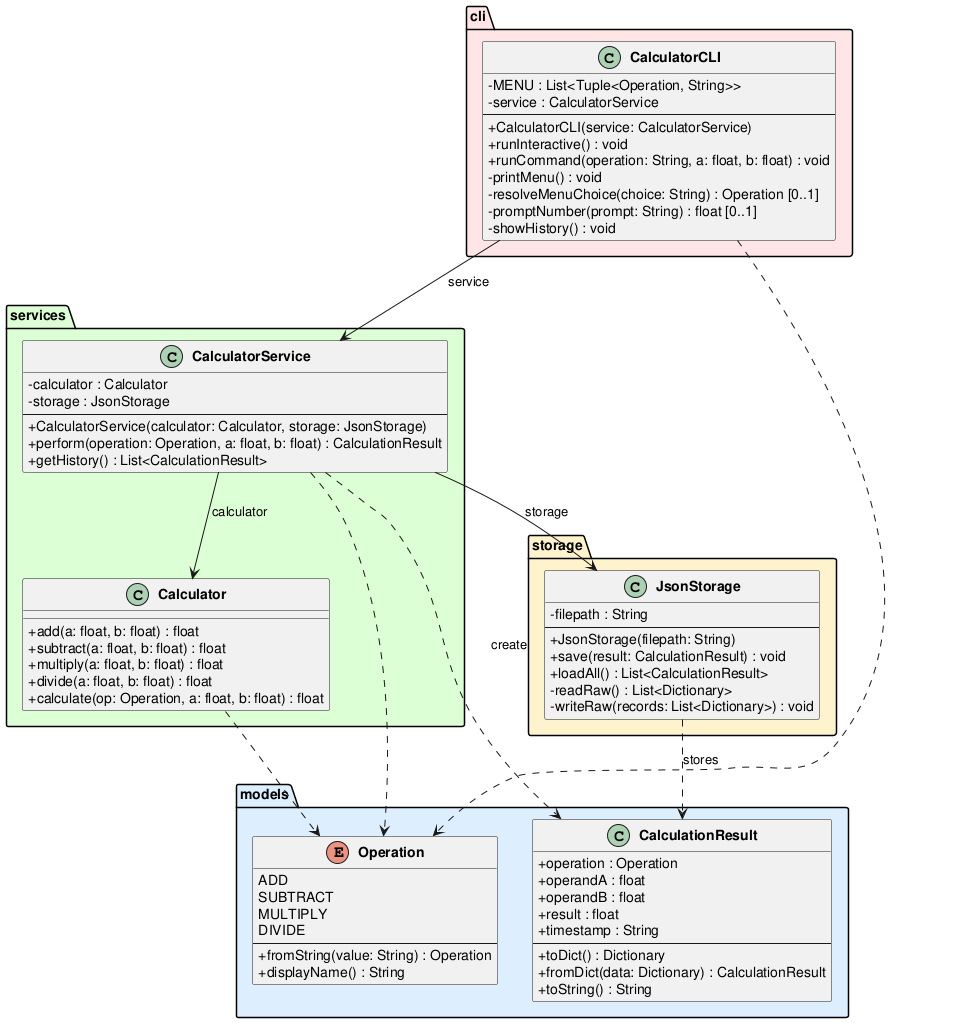
DanielRiha8906/Software_autoevolution_using_agents keeps this PlantUML diagram as experiments/broadcast/user_stories/calculator/artifacts/class_diagram.png. Above is the earlier version. The source it was exported from:
```plantuml
@startuml class_diagram

skinparam classAttributeIconSize 0
skinparam classFontStyle bold

package "models" #DDEEFF {
    enum Operation {
        ADD
        SUBTRACT
        MULTIPLY
        DIVIDE
        --
        +fromString(value: String) : Operation
        +displayName() : String
    }

    class CalculationResult {
        +operation : Operation
        +operandA : float
        +operandB : float
        +result : float
        +timestamp : String
        --
        +toDict() : Dictionary
        +fromDict(data: Dictionary) : CalculationResult
        +toString() : String
    }
}

package "services" #DDFFD4 {
    class Calculator {
        +add(a: float, b: float) : float
        +subtract(a: float, b: float) : float
        +multiply(a: float, b: float) : float
        +divide(a: float, b: float) : float
        +calculate(op: Operation, a: float, b: float) : float
    }

    class CalculatorService {
        -calculator : Calculator
        -storage : JsonStorage
        --
        +CalculatorService(calculator: Calculator, storage: JsonStorage)
        +perform(operation: Operation, a: float, b: float) : CalculationResult
        +getHistory() : List<CalculationResult>
    }
}

package "storage" #FFF3CC {
    class JsonStorage {
        -filepath : String
        --
        +JsonStorage(filepath: String)
        +save(result: CalculationResult) : void
        +loadAll() : List<CalculationResult>
        -readRaw() : List<Dictionary>
        -writeRaw(records: List<Dictionary>) : void
    }
}

package "cli" #FFE5E5 {
    class CalculatorCLI {
        -MENU : List<Tuple<Operation, String>>
        -service : CalculatorService
        --
        +CalculatorCLI(service: CalculatorService)
        +runInteractive() : void
        +runCommand(operation: String, a: float, b: float) : void
        -printMenu() : void
        -resolveMenuChoice(choice: String) : Operation [0..1]
        -promptNumber(prompt: String) : float [0..1]
        -showHistory() : void
    }
}

CalculatorCLI --> CalculatorService : service
CalculatorService --> Calculator : calculator
CalculatorService --> JsonStorage : storage

CalculatorService ..> CalculationResult : create
CalculatorService ..> Operation
CalculatorCLI ..> Operation
Calculator ..> Operation
JsonStorage ..> CalculationResult : stores

@enduml
```
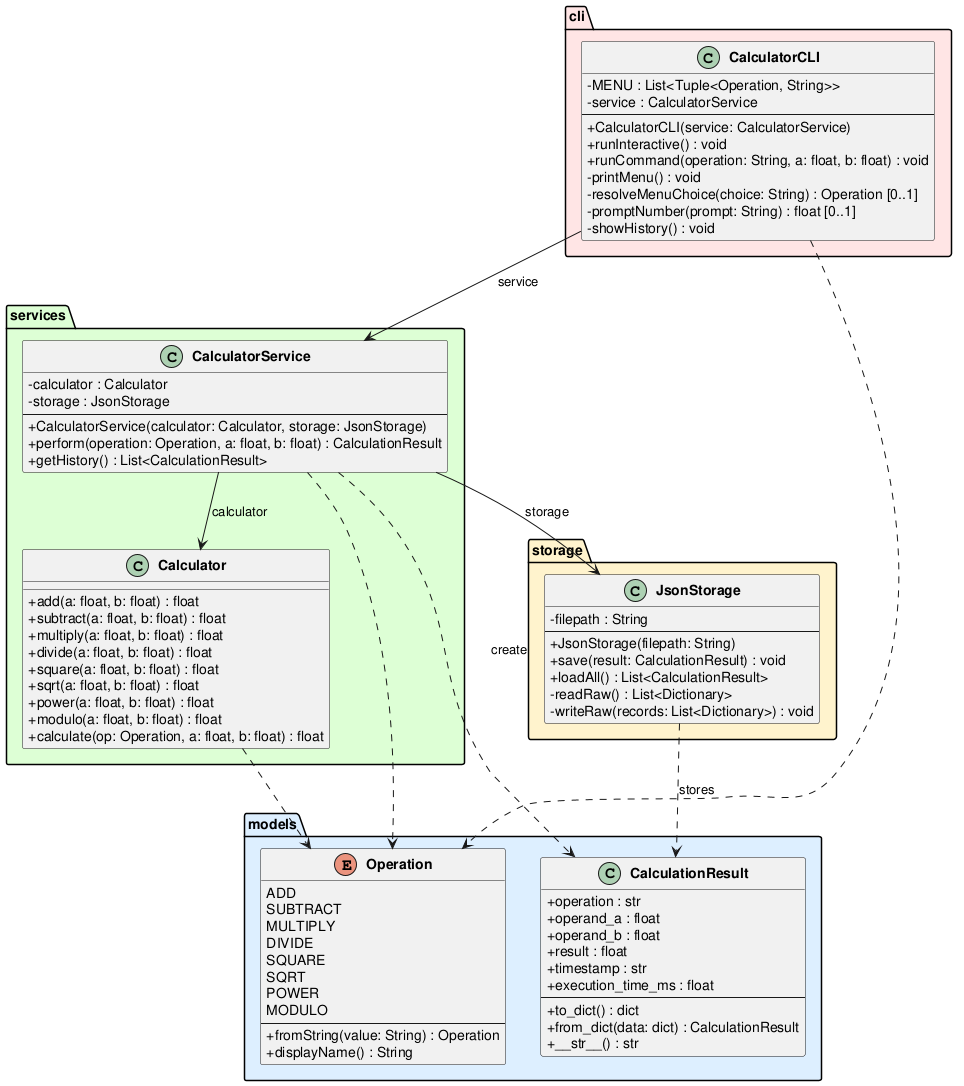
After the commit.

What changed in the source:
```diff
@@ -9,21 +9,26 @@
         SUBTRACT
         MULTIPLY
         DIVIDE
+        SQUARE
+        SQRT
+        POWER
+        MODULO
         --
         +fromString(value: String) : Operation
         +displayName() : String
     }
 
     class CalculationResult {
-        +operation : Operation
-        +operandA : float
-        +operandB : float
+        +operation : str
+        +operand_a : float
+        +operand_b : float
         +result : float
-        +timestamp : String
+        +timestamp : str
+        +execution_time_ms : float
         --
-        +toDict() : Dictionary
-        +fromDict(data: Dictionary) : CalculationResult
-        +toString() : String
+        +to_dict() : dict
+        +from_dict(data: dict) : CalculationResult
+        +__str__() : str
     }
 }
 
@@ -33,6 +38,10 @@
         +subtract(a: float, b: float) : float
         +multiply(a: float, b: float) : float
         +divide(a: float, b: float) : float
+        +square(a: float, b: float) : float
+        +sqrt(a: float, b: float) : float
+        +power(a: float, b: float) : float
+        +modulo(a: float, b: float) : float
         +calculate(op: Operation, a: float, b: float) : float
     }
 
```
